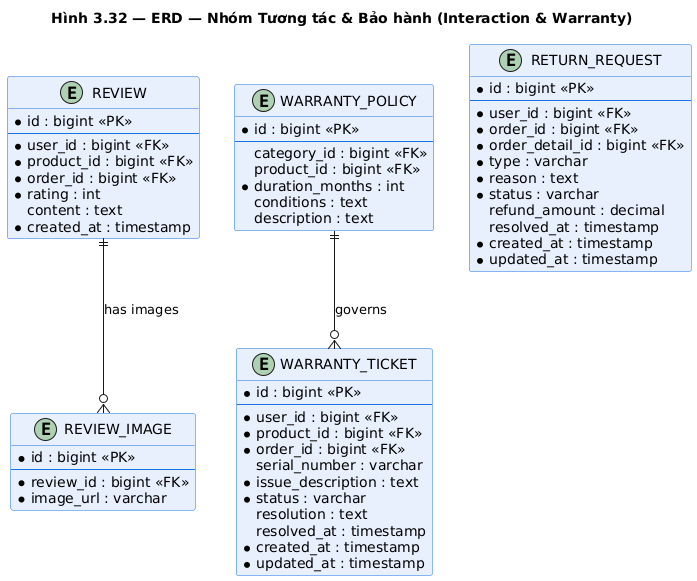
This is docs/diagrams/images/erd_interaction_warranty.png from huuhieu56/PC-Parts-ECommerce, a PlantUML export, as it was before one commit.
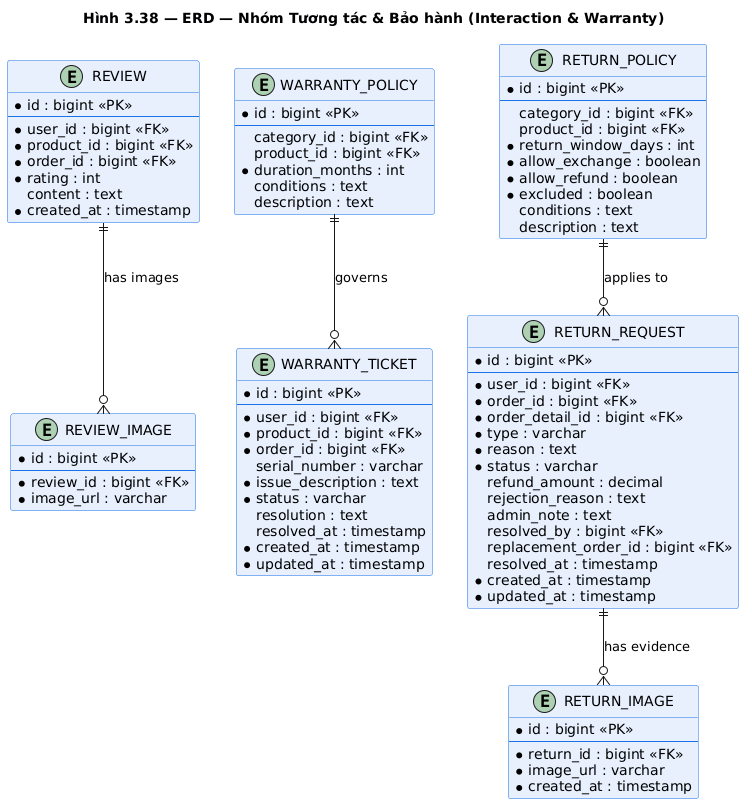
The same file after the commit.

Change to the diagram source:
```diff
@@ -1,5 +1,5 @@
-@startuml erd_interaction_warranty
-title Hình 3.32 — ERD — Nhóm Tương tác & Bảo hành (Interaction & Warranty)
+@startuml
+title Hình 3.38 — ERD — Nhóm Tương tác & Bảo hành (Interaction & Warranty)
 
 skinparam class {
     BackgroundColor #E8F0FE
@@ -49,6 +49,19 @@
     * updated_at : timestamp
 }
 
+entity "RETURN_POLICY" as return_policy {
+    * id : bigint <<PK>>
+    --
+    category_id : bigint <<FK>>
+    product_id : bigint <<FK>>
+    * return_window_days : int
+    * allow_exchange : boolean
+    * allow_refund : boolean
+    * excluded : boolean
+    conditions : text
+    description : text
+}
+
 entity "RETURN_REQUEST" as return_req {
     * id : bigint <<PK>>
     --
@@ -59,12 +72,25 @@
     * reason : text
     * status : varchar
     refund_amount : decimal
+    rejection_reason : text
+    admin_note : text
+    resolved_by : bigint <<FK>>
+    replacement_order_id : bigint <<FK>>
     resolved_at : timestamp
     * created_at : timestamp
     * updated_at : timestamp
 }
 
+entity "RETURN_IMAGE" as return_img {
+    * id : bigint <<PK>>
+    --
+    * return_id : bigint <<FK>>
+    * image_url : varchar
+    * created_at : timestamp
+}
+
 review ||--o{ review_img : "has images"
 warranty_policy ||--o{ warranty_ticket : "governs"
-
+return_policy ||--o{ return_req : "applies to"
+return_req ||--o{ return_img : "has evidence"
 @enduml
```
